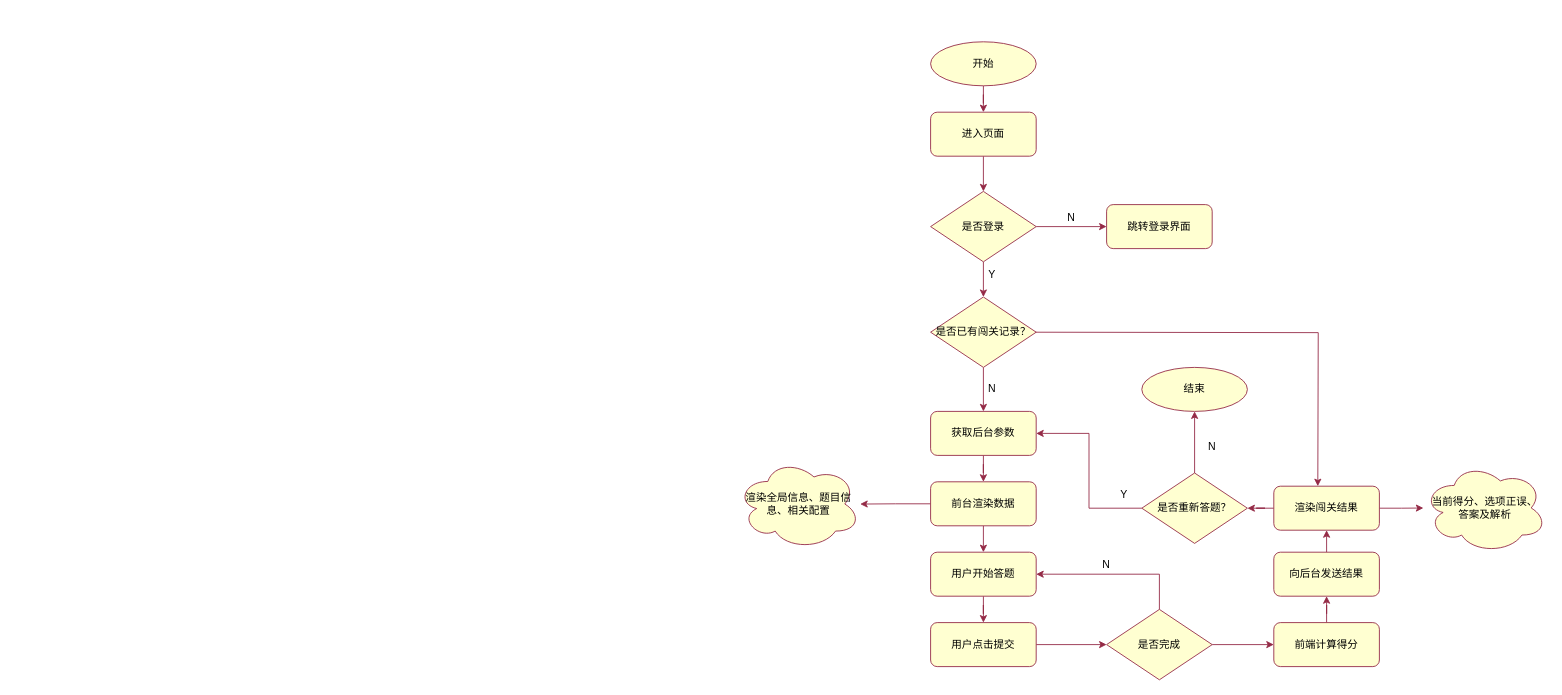
Earlier version of the draw.io diagram page "闯关流程图" (12 of 16) of 毕业设计/毕业设计.drawio (bosombaby/draw-store). Source tidied: cells renumbered, new cells numbered last; positions are measured from the earlier drawing's top-left corner, leaving out a move shared by most shapes. Both pictures are drawn from the tidied source at 88%, with x=0, y=0 at pixel (737, 41).
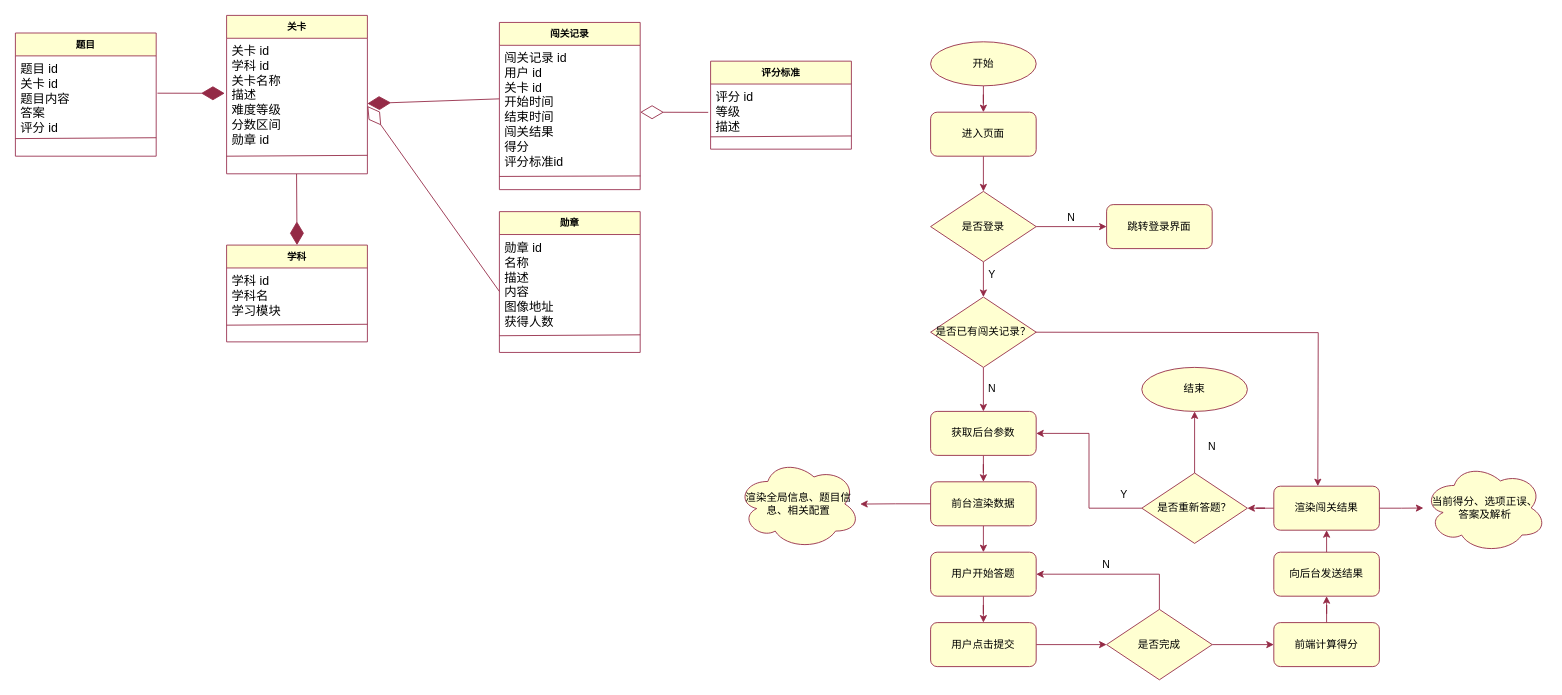
Above is the later version.

Diff of the diagram source:
```diff
@@
+    <mxCell id="44" value="关卡" style="swimlane;fontStyle=1;align=center;verticalAlign=top;horizontal=1;startSize=26;whiteSpace=wrap;html=1;strokeColor=#993150;fontFamily=Helvetica;fontSize=11;fontColor=default;fillColor=#FFFFD1;" parent="1" vertex="1">
+      <mxGeometry x="-580" y="-30" width="160" height="180" as="geometry" />
+    </mxCell>
+    <mxCell id="45" value="&lt;font style=&quot;font-size: 14px;&quot;&gt;关卡 id&lt;br&gt;学科 id&lt;br&gt;关卡名称&lt;br&gt;描述&lt;br&gt;难度等级&lt;br&gt;分数区间&lt;br&gt;勋章 id&lt;br&gt;&lt;/font&gt;" style="text;strokeColor=none;fillColor=none;align=left;verticalAlign=top;spacingLeft=4;spacingRight=4;overflow=hidden;points=[[0,0.5],[1,0.5]];portConstraint=eastwest;whiteSpace=wrap;html=1;fontSize=11;fontFamily=Helvetica;fontColor=default;" parent="44" vertex="1">
+      <mxGeometry y="26" width="160" height="154" as="geometry" />
+    </mxCell>
+    <mxCell id="46" style="endArrow=none;html=1;rounded=0;strokeColor=#942A46;align=center;verticalAlign=middle;fontFamily=Helvetica;fontSize=15;fontColor=default;labelBackgroundColor=default;fillColor=#FFFFD1;entryX=1.002;entryY=0.905;entryDx=0;entryDy=0;entryPerimeter=0;" parent="44" edge="1">
+      <mxGeometry relative="1" as="geometry">
+        <mxPoint y="160" as="sourcePoint" />
+        <mxPoint x="160" y="159" as="targetPoint" />
+      </mxGeometry>
+    </mxCell>
+    <mxCell id="47" value="学科" style="swimlane;fontStyle=1;align=center;verticalAlign=top;horizontal=1;startSize=26;whiteSpace=wrap;html=1;strokeColor=#993150;fontFamily=Helvetica;fontSize=11;fontColor=default;fillColor=#FFFFD1;" parent="1" vertex="1">
+      <mxGeometry x="-580" y="231" width="160" height="110" as="geometry" />
+    </mxCell>
+    <mxCell id="48" value="&lt;font style=&quot;font-size: 14px;&quot;&gt;学科 id&lt;br&gt;学科名&lt;br&gt;学习模块&lt;br&gt;&lt;/font&gt;" style="text;strokeColor=none;fillColor=none;align=left;verticalAlign=top;spacingLeft=4;spacingRight=4;overflow=hidden;whiteSpace=wrap;html=1;fontSize=11;fontFamily=Helvetica;fontColor=default;" parent="47" vertex="1">
+      <mxGeometry y="26" width="160" height="84" as="geometry" />
+    </mxCell>
+    <mxCell id="49" style="endArrow=none;html=1;rounded=0;strokeColor=#942A46;align=center;verticalAlign=middle;fontFamily=Helvetica;fontSize=15;fontColor=default;labelBackgroundColor=default;fillColor=#FFFFD1;entryX=1.002;entryY=0.905;entryDx=0;entryDy=0;entryPerimeter=0;" parent="47" edge="1">
+      <mxGeometry relative="1" as="geometry">
+        <mxPoint y="91" as="sourcePoint" />
+        <mxPoint x="160" y="90" as="targetPoint" />
+      </mxGeometry>
+    </mxCell>
+    <mxCell id="50" value="题目" style="swimlane;fontStyle=1;align=center;verticalAlign=top;horizontal=1;startSize=26;whiteSpace=wrap;html=1;strokeColor=#993150;fontFamily=Helvetica;fontSize=11;fontColor=default;fillColor=#FFFFD1;" parent="1" vertex="1">
+      <mxGeometry x="-820" y="-10" width="160" height="140" as="geometry" />
+    </mxCell>
+    <mxCell id="51" value="&lt;font style=&quot;font-size: 14px;&quot;&gt;题目 id&lt;br&gt;关卡 id&lt;br&gt;题目内容&lt;br&gt;答案&lt;br&gt;评分 id&lt;br&gt;&lt;br&gt;&lt;/font&gt;" style="text;strokeColor=none;fillColor=none;align=left;verticalAlign=top;spacingLeft=4;spacingRight=4;overflow=hidden;points=[[0,0.5],[1,0.5]];portConstraint=eastwest;whiteSpace=wrap;html=1;fontSize=11;fontFamily=Helvetica;fontColor=default;" parent="50" vertex="1">
+      <mxGeometry y="26" width="160" height="114" as="geometry" />
+    </mxCell>
+    <mxCell id="52" style="endArrow=none;html=1;rounded=0;strokeColor=#942A46;align=center;verticalAlign=middle;fontFamily=Helvetica;fontSize=15;fontColor=default;labelBackgroundColor=default;fillColor=#FFFFD1;entryX=1.002;entryY=0.905;entryDx=0;entryDy=0;entryPerimeter=0;" parent="50" edge="1">
+      <mxGeometry relative="1" as="geometry">
+        <mxPoint y="120" as="sourcePoint" />
+        <mxPoint x="160" y="119" as="targetPoint" />
+      </mxGeometry>
+    </mxCell>
+    <mxCell id="53" value="闯关记录" style="swimlane;fontStyle=1;align=center;verticalAlign=top;horizontal=1;startSize=26;whiteSpace=wrap;html=1;strokeColor=#993150;fontFamily=Helvetica;fontSize=11;fontColor=default;fillColor=#FFFFD1;" parent="1" vertex="1">
+      <mxGeometry x="-270" y="-22" width="160" height="190" as="geometry" />
+    </mxCell>
+    <mxCell id="54" value="&lt;font style=&quot;font-size: 14px;&quot;&gt;闯关记录 id&lt;br&gt;用户 id&lt;br&gt;关卡 id&lt;br&gt;开始时间&lt;br&gt;结束时间&lt;br&gt;闯关结果&lt;br&gt;得分&lt;br&gt;评分标准id&lt;br&gt;&lt;/font&gt;" style="text;strokeColor=none;fillColor=none;align=left;verticalAlign=top;spacingLeft=4;spacingRight=4;overflow=hidden;points=[[0,0.5],[1,0.5]];portConstraint=eastwest;whiteSpace=wrap;html=1;fontSize=11;fontFamily=Helvetica;fontColor=default;" parent="53" vertex="1">
+      <mxGeometry y="26" width="160" height="164" as="geometry" />
+    </mxCell>
+    <mxCell id="55" style="endArrow=none;html=1;rounded=0;strokeColor=#942A46;align=center;verticalAlign=middle;fontFamily=Helvetica;fontSize=15;fontColor=default;labelBackgroundColor=default;fillColor=#FFFFD1;entryX=1.002;entryY=0.905;entryDx=0;entryDy=0;entryPerimeter=0;" parent="53" edge="1" target="54">
+      <mxGeometry relative="1" as="geometry">
+        <mxPoint y="175" as="sourcePoint" />
+      </mxGeometry>
+    </mxCell>
+    <mxCell id="56" style="endArrow=diamondThin;endFill=1;endSize=24;html=1;rounded=0;labelBackgroundColor=default;strokeColor=#942A46;align=center;verticalAlign=middle;fontFamily=Helvetica;fontSize=11;fontColor=default;shape=connector;edgeStyle=none;entryX=0.5;entryY=0;entryDx=0;entryDy=0;exitX=0.497;exitY=1.001;exitDx=0;exitDy=0;exitPerimeter=0;" parent="1" edge="1" source="45" target="47">
+      <mxGeometry relative="1" as="geometry" />
+    </mxCell>
+    <mxCell id="57" style="endArrow=diamondThin;endFill=1;endSize=24;html=1;rounded=0;labelBackgroundColor=default;strokeColor=#942A46;align=center;verticalAlign=middle;fontFamily=Helvetica;fontSize=11;fontColor=default;shape=connector;edgeStyle=none;entryX=-0.013;entryY=0.406;entryDx=0;entryDy=0;exitX=1.009;exitY=0.372;exitDx=0;exitDy=0;exitPerimeter=0;entryPerimeter=0;" parent="1" edge="1" source="51" target="45">
+      <mxGeometry relative="1" as="geometry" />
+    </mxCell>
+    <mxCell id="58" style="endArrow=diamondThin;endFill=1;endSize=24;html=1;rounded=0;labelBackgroundColor=default;strokeColor=#942A46;align=center;verticalAlign=middle;fontFamily=Helvetica;fontSize=11;fontColor=default;shape=connector;edgeStyle=none;exitX=-0.001;exitY=0.371;exitDx=0;exitDy=0;exitPerimeter=0;" parent="1" edge="1" source="54" target="45">
+      <mxGeometry relative="1" as="geometry" />
+    </mxCell>
+    <mxCell id="59" value="勋章" style="swimlane;fontStyle=1;align=center;verticalAlign=top;horizontal=1;startSize=26;whiteSpace=wrap;html=1;strokeColor=#993150;fontFamily=Helvetica;fontSize=11;fontColor=default;fillColor=#FFFFD1;" parent="1" vertex="1">
+      <mxGeometry x="-270" y="193" width="160" height="160" as="geometry" />
+    </mxCell>
+    <mxCell id="60" value="&lt;font style=&quot;font-size: 14px;&quot;&gt;勋章 id&lt;br&gt;名称&lt;br&gt;描述&lt;br&gt;内容&lt;br&gt;图像地址&lt;br&gt;获得人数&lt;br&gt;&lt;/font&gt;" style="text;strokeColor=none;fillColor=none;align=left;verticalAlign=top;spacingLeft=4;spacingRight=4;overflow=hidden;whiteSpace=wrap;html=1;fontSize=11;fontFamily=Helvetica;fontColor=default;" parent="59" vertex="1">
+      <mxGeometry y="26" width="160" height="134" as="geometry" />
+    </mxCell>
+    <mxCell id="61" style="endArrow=none;html=1;rounded=0;strokeColor=#942A46;align=center;verticalAlign=middle;fontFamily=Helvetica;fontSize=15;fontColor=default;labelBackgroundColor=default;fillColor=#FFFFD1;entryX=1.002;entryY=0.905;entryDx=0;entryDy=0;entryPerimeter=0;" parent="59" edge="1">
+      <mxGeometry relative="1" as="geometry">
+        <mxPoint y="141" as="sourcePoint" />
+        <mxPoint x="160" y="140" as="targetPoint" />
+      </mxGeometry>
+    </mxCell>
+    <mxCell id="62" style="endArrow=diamondThin;endFill=0;endSize=24;html=1;rounded=0;labelBackgroundColor=default;strokeColor=#942A46;align=center;verticalAlign=middle;fontFamily=Helvetica;fontSize=11;fontColor=default;shape=connector;edgeStyle=none;exitX=-0.009;exitY=0.48;exitDx=0;exitDy=0;exitPerimeter=0;entryX=1;entryY=0.5;entryDx=0;entryDy=0;" parent="1" edge="1" target="45">
+      <mxGeometry relative="1" as="geometry">
+        <mxPoint x="-270" y="283.7" as="sourcePoint" />
+      </mxGeometry>
+    </mxCell>
+    <mxCell id="63" value="评分标准" style="swimlane;fontStyle=1;align=center;verticalAlign=top;horizontal=1;startSize=26;whiteSpace=wrap;html=1;strokeColor=#993150;fontFamily=Helvetica;fontSize=11;fontColor=default;fillColor=#FFFFD1;" parent="1" vertex="1">
+      <mxGeometry x="-30" y="22" width="160" height="100" as="geometry" />
+    </mxCell>
+    <mxCell id="64" value="&lt;font style=&quot;font-size: 14px;&quot;&gt;评分 id&lt;br&gt;等级&lt;br&gt;描述&lt;br&gt;&lt;br&gt;&lt;/font&gt;" style="text;strokeColor=none;fillColor=none;align=left;verticalAlign=top;spacingLeft=4;spacingRight=4;overflow=hidden;points=[[0,0.5],[1,0.5]];portConstraint=eastwest;whiteSpace=wrap;html=1;fontSize=11;fontFamily=Helvetica;fontColor=default;" parent="63" vertex="1">
+      <mxGeometry y="26" width="160" height="74" as="geometry" />
+    </mxCell>
+    <mxCell id="65" style="endArrow=none;html=1;rounded=0;strokeColor=#942A46;align=center;verticalAlign=middle;fontFamily=Helvetica;fontSize=15;fontColor=default;labelBackgroundColor=default;fillColor=#FFFFD1;entryX=1.002;entryY=0.905;entryDx=0;entryDy=0;entryPerimeter=0;" parent="63" edge="1">
+      <mxGeometry relative="1" as="geometry">
+        <mxPoint y="86" as="sourcePoint" />
+        <mxPoint x="160" y="85" as="targetPoint" />
+      </mxGeometry>
+    </mxCell>
+    <mxCell id="66" style="endArrow=diamondThin;endFill=0;endSize=24;html=1;rounded=0;labelBackgroundColor=default;strokeColor=#942A46;align=center;verticalAlign=middle;fontFamily=Helvetica;fontSize=11;fontColor=default;shape=connector;edgeStyle=none;exitX=-0.017;exitY=0.435;exitDx=0;exitDy=0;exitPerimeter=0;" parent="1" edge="1" source="64">
+      <mxGeometry relative="1" as="geometry">
+        <mxPoint x="-110" y="80" as="targetPoint" />
+      </mxGeometry>
+    </mxCell>
```
